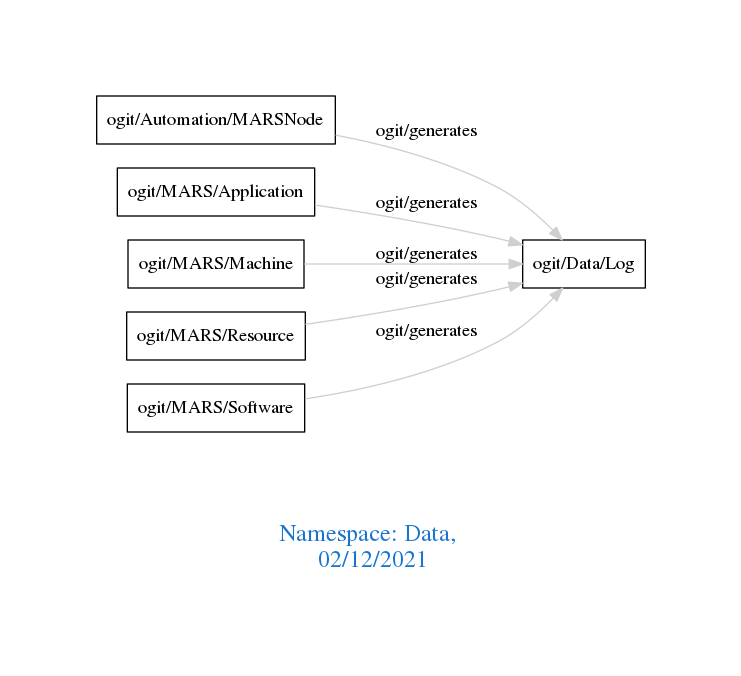
Earlier version of the Graphviz export downloads/Data.png (arago/OGIT). Its source is kept beside it as downloads/Data.dot.
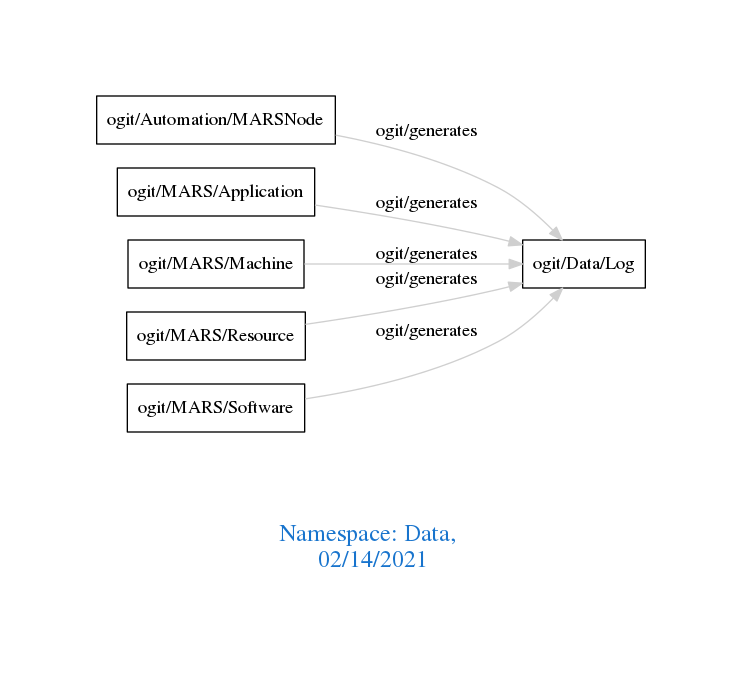
The same file after the commit.

Diff of the diagram source:
```diff
@@ -1,7 +1,7 @@
 digraph OGIT_ontology {
  graph [ rankdir= LR,pad=1
 fontsize = 18,
-fontcolor= dodgerblue3,label = "\n\n\nNamespace: Data, \n 02/12/2021"];
+fontcolor= dodgerblue3,label = "\n\n\nNamespace: Data, \n 02/14/2021"];
 node[shape=polygon];
 edge [  color="gray81"];
 
```
